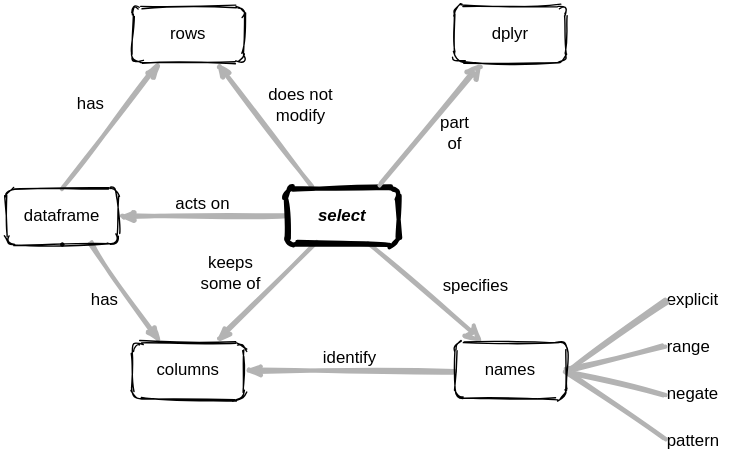
This is en/select.svg from rstudio/concept-maps, a draw.io export, as it was before one commit. Source tidied: cells renumbered, new cells last; positions are measured from the earlier drawing's top-left corner, leaving out a move shared by most shapes.
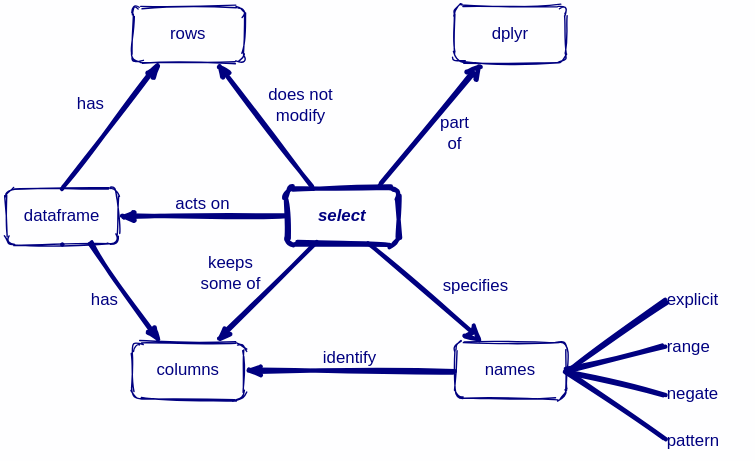
After the commit.

What changed in the source:
```diff
@@ -1,80 +1,80 @@
-<mxGraphModel background="#ffffff">
+<mxGraphModel background="#FEFEFF">
   <root>
     <mxCell id="0" />
     <mxCell id="1" parent="0" />
-    <mxCell id="2" value="acts on" style="edgeStyle=none;rounded=1;html=1;labelBackgroundColor=none;startArrow=none;startFill=0;startSize=5;endArrow=classicThin;endFill=1;endSize=5;jettySize=auto;strokeColor=#B3B3B3;strokeWidth=3;fontFamily=Helvetica;fontSize=12;exitX=0;exitY=0.5;exitDx=0;exitDy=0;entryX=1;entryY=0.5;entryDx=0;entryDy=0;verticalAlign=bottom;sketch=1;" parent="1" edge="1" source="13" target="8">
+    <mxCell id="2" value="acts on" style="edgeStyle=none;rounded=1;html=1;labelBackgroundColor=none;startArrow=none;startFill=0;startSize=5;endArrow=classicThin;endFill=1;endSize=5;jettySize=auto;strokeWidth=3;fontFamily=Helvetica;fontSize=12;exitX=0;exitY=0.5;exitDx=0;exitDy=0;entryX=1;entryY=0.5;entryDx=0;entryDy=0;verticalAlign=bottom;sketch=1;strokeColor=#000080;fontColor=#000080;" parent="1" edge="1" source="13" target="8">
       <mxGeometry relative="1" as="geometry" />
     </mxCell>
-    <mxCell id="3" value="has" style="edgeStyle=none;rounded=1;html=1;labelBackgroundColor=none;startArrow=none;startFill=0;startSize=5;endArrow=classicThin;endFill=1;endSize=5;jettySize=auto;strokeColor=#B3B3B3;strokeWidth=3;fontFamily=Helvetica;fontSize=12;exitX=0.75;exitY=1;exitDx=0;exitDy=0;entryX=0.25;entryY=0;entryDx=0;entryDy=0;verticalAlign=middle;sketch=1;" parent="1" edge="1" source="8" target="10">
+    <mxCell id="3" value="has" style="edgeStyle=none;rounded=1;html=1;labelBackgroundColor=none;startArrow=none;startFill=0;startSize=5;endArrow=classicThin;endFill=1;endSize=5;jettySize=auto;strokeWidth=3;fontFamily=Helvetica;fontSize=12;exitX=0.75;exitY=1;exitDx=0;exitDy=0;entryX=0.25;entryY=0;entryDx=0;entryDy=0;verticalAlign=middle;sketch=1;strokeColor=#000080;fontColor=#000080;" parent="1" edge="1" source="8" target="10">
       <mxGeometry x="-0.11" y="-15" relative="1" as="geometry" />
     </mxCell>
-    <mxCell id="4" value="keeps&lt;br style=&quot;font-size: 12px;&quot;&gt;some of" style="edgeStyle=none;rounded=1;html=1;labelBackgroundColor=none;startArrow=none;startFill=0;startSize=5;endArrow=classicThin;endFill=1;endSize=5;jettySize=auto;strokeColor=#B3B3B3;strokeWidth=3;fontFamily=Helvetica;fontSize=12;exitX=0.25;exitY=1;exitDx=0;exitDy=0;entryX=0.75;entryY=0;entryDx=0;entryDy=0;verticalAlign=middle;sketch=1;" parent="1" edge="1" source="13" target="10">
+    <mxCell id="4" value="keeps&lt;br style=&quot;font-size: 12px;&quot;&gt;some of" style="edgeStyle=none;rounded=1;html=1;labelBackgroundColor=none;startArrow=none;startFill=0;startSize=5;endArrow=classicThin;endFill=1;endSize=5;jettySize=auto;strokeWidth=3;fontFamily=Helvetica;fontSize=12;exitX=0.25;exitY=1;exitDx=0;exitDy=0;entryX=0.75;entryY=0;entryDx=0;entryDy=0;verticalAlign=middle;sketch=1;strokeColor=#000080;fontColor=#000080;" parent="1" edge="1" source="13" target="10">
       <mxGeometry x="0.14" y="-28" relative="1" as="geometry">
         <mxPoint y="-1" as="offset" />
       </mxGeometry>
     </mxCell>
-    <mxCell id="5" value="identify" style="edgeStyle=none;rounded=1;html=1;labelBackgroundColor=none;startArrow=none;startFill=0;startSize=5;endArrow=classicThin;endFill=1;endSize=5;jettySize=auto;strokeColor=#B3B3B3;strokeWidth=3;fontFamily=Helvetica;fontSize=12;exitX=0;exitY=0.5;exitDx=0;exitDy=0;entryX=1;entryY=0.5;entryDx=0;entryDy=0;verticalAlign=bottom;sketch=1;" parent="1" edge="1" source="24" target="10">
+    <mxCell id="5" value="identify" style="edgeStyle=none;rounded=1;html=1;labelBackgroundColor=none;startArrow=none;startFill=0;startSize=5;endArrow=classicThin;endFill=1;endSize=5;jettySize=auto;strokeWidth=3;fontFamily=Helvetica;fontSize=12;exitX=0;exitY=0.5;exitDx=0;exitDy=0;entryX=1;entryY=0.5;entryDx=0;entryDy=0;verticalAlign=bottom;sketch=1;strokeColor=#000080;fontColor=#000080;" parent="1" edge="1" source="24" target="10">
       <mxGeometry relative="1" as="geometry" />
     </mxCell>
-    <mxCell id="6" value="has" style="edgeStyle=none;rounded=1;html=1;labelBackgroundColor=none;startArrow=none;startFill=0;startSize=5;endArrow=classicThin;endFill=1;endSize=5;jettySize=auto;strokeColor=#B3B3B3;strokeWidth=3;fontFamily=Helvetica;fontSize=12;exitX=0.5;exitY=0;exitDx=0;exitDy=0;entryX=0.25;entryY=1;entryDx=0;entryDy=0;verticalAlign=middle;sketch=1;" parent="1" edge="1" source="8" target="11">
+    <mxCell id="6" value="has" style="edgeStyle=none;rounded=1;html=1;labelBackgroundColor=none;startArrow=none;startFill=0;startSize=5;endArrow=classicThin;endFill=1;endSize=5;jettySize=auto;strokeWidth=3;fontFamily=Helvetica;fontSize=12;exitX=0.5;exitY=0;exitDx=0;exitDy=0;entryX=0.25;entryY=1;entryDx=0;entryDy=0;verticalAlign=middle;sketch=1;strokeColor=#000080;fontColor=#000080;" parent="1" edge="1" source="8" target="11">
       <mxGeometry x="0.05" y="21" relative="1" as="geometry" />
     </mxCell>
-    <mxCell id="7" value="does not&lt;br style=&quot;font-size: 12px;&quot;&gt;modify" style="edgeStyle=none;rounded=1;html=1;labelBackgroundColor=none;startArrow=none;startFill=0;startSize=5;endArrow=classicThin;endFill=1;endSize=5;jettySize=auto;strokeColor=#B3B3B3;strokeWidth=3;fontFamily=Helvetica;fontSize=12;exitX=0.25;exitY=0;exitDx=0;exitDy=0;entryX=0.75;entryY=1;entryDx=0;entryDy=0;verticalAlign=middle;sketch=1;" parent="1" edge="1" source="13" target="11">
+    <mxCell id="7" value="does not&lt;br style=&quot;font-size: 12px;&quot;&gt;modify" style="edgeStyle=none;rounded=1;html=1;labelBackgroundColor=none;startArrow=none;startFill=0;startSize=5;endArrow=classicThin;endFill=1;endSize=5;jettySize=auto;strokeWidth=3;fontFamily=Helvetica;fontSize=12;exitX=0.25;exitY=0;exitDx=0;exitDy=0;entryX=0.75;entryY=1;entryDx=0;entryDy=0;verticalAlign=middle;sketch=1;strokeColor=#000080;fontColor=#000080;" parent="1" edge="1" source="13" target="11">
       <mxGeometry x="-0.06" y="-29" relative="1" as="geometry" />
     </mxCell>
-    <mxCell id="8" value="dataframe" style="rounded=1;whiteSpace=wrap;html=1;fontSize=12;fontFamily=Helvetica;fillColor=none;sketch=1;labelBackgroundColor=none;" parent="1" vertex="1">
+    <mxCell id="8" value="dataframe" style="rounded=1;whiteSpace=wrap;html=1;fontSize=12;fontFamily=Helvetica;fillColor=none;sketch=1;labelBackgroundColor=none;strokeColor=#000080;fontColor=#000080;" parent="1" vertex="1">
       <mxGeometry y="130" width="80" height="40" as="geometry" />
     </mxCell>
-    <mxCell id="9" style="edgeStyle=orthogonalEdgeStyle;rounded=0;orthogonalLoop=1;jettySize=auto;html=1;exitX=0.5;exitY=1;exitDx=0;exitDy=0;strokeWidth=3;fontSize=12;fontFamily=Helvetica;sketch=1;labelBackgroundColor=none;" parent="1" edge="1" source="8" target="8">
+    <mxCell id="9" style="edgeStyle=orthogonalEdgeStyle;rounded=0;orthogonalLoop=1;jettySize=auto;html=1;exitX=0.5;exitY=1;exitDx=0;exitDy=0;strokeWidth=3;fontSize=12;fontFamily=Helvetica;sketch=1;labelBackgroundColor=none;strokeColor=#000080;fontColor=#000080;" parent="1" edge="1" source="8" target="8">
       <mxGeometry relative="1" as="geometry" />
     </mxCell>
-    <mxCell id="10" value="columns" style="rounded=1;whiteSpace=wrap;html=1;fontSize=12;fontFamily=Helvetica;fillColor=none;sketch=1;labelBackgroundColor=none;" parent="1" vertex="1">
+    <mxCell id="10" value="columns" style="rounded=1;whiteSpace=wrap;html=1;fontSize=12;fontFamily=Helvetica;fillColor=none;sketch=1;labelBackgroundColor=none;strokeColor=#000080;fontColor=#000080;" parent="1" vertex="1">
       <mxGeometry x="90" y="240" width="80" height="40" as="geometry" />
     </mxCell>
-    <mxCell id="11" value="rows" style="rounded=1;whiteSpace=wrap;html=1;fontSize=12;fontFamily=Helvetica;fillColor=none;sketch=1;labelBackgroundColor=none;" parent="1" vertex="1">
+    <mxCell id="11" value="rows" style="rounded=1;whiteSpace=wrap;html=1;fontSize=12;fontFamily=Helvetica;fillColor=none;sketch=1;labelBackgroundColor=none;strokeColor=#000080;fontColor=#000080;" parent="1" vertex="1">
       <mxGeometry x="90" width="80" height="40" as="geometry" />
     </mxCell>
-    <mxCell id="12" value="specifies" style="endArrow=classic;html=1;strokeWidth=3;entryX=0.25;entryY=0;entryDx=0;entryDy=0;strokeColor=#B3B3B3;exitX=0.75;exitY=1;exitDx=0;exitDy=0;verticalAlign=middle;fontSize=12;labelBackgroundColor=none;fontFamily=Helvetica;align=left;sketch=1;" parent="1" edge="1" source="13" target="24">
+    <mxCell id="12" value="specifies" style="endArrow=classic;html=1;strokeWidth=3;entryX=0.25;entryY=0;entryDx=0;entryDy=0;exitX=0.75;exitY=1;exitDx=0;exitDy=0;verticalAlign=middle;fontSize=12;labelBackgroundColor=none;fontFamily=Helvetica;align=left;sketch=1;strokeColor=#000080;fontColor=#000080;" parent="1" edge="1" source="13" target="24">
       <mxGeometry x="0.08" y="10" relative="1" as="geometry">
         <mxPoint x="1" as="offset" />
       </mxGeometry>
     </mxCell>
-    <mxCell id="13" value="&lt;b style=&quot;font-size: 12px;&quot;&gt;&lt;i style=&quot;font-size: 12px;&quot;&gt;select&lt;/i&gt;&lt;/b&gt;" style="rounded=1;whiteSpace=wrap;html=1;strokeWidth=3;fontSize=12;fontFamily=Helvetica;fillColor=none;sketch=1;labelBackgroundColor=none;" parent="1" vertex="1">
+    <mxCell id="13" value="&lt;b style=&quot;font-size: 12px;&quot;&gt;&lt;i style=&quot;font-size: 12px;&quot;&gt;select&lt;/i&gt;&lt;/b&gt;" style="rounded=1;whiteSpace=wrap;html=1;strokeWidth=3;fontSize=12;fontFamily=Helvetica;fillColor=none;sketch=1;labelBackgroundColor=none;strokeColor=#000080;fontColor=#000080;" parent="1" vertex="1">
       <mxGeometry x="200" y="130" width="80" height="40" as="geometry" />
     </mxCell>
-    <mxCell id="14" value="dplyr" style="rounded=1;whiteSpace=wrap;html=1;fontSize=12;fontFamily=Helvetica;fillColor=none;sketch=1;labelBackgroundColor=none;" parent="1" vertex="1">
+    <mxCell id="14" value="dplyr" style="rounded=1;whiteSpace=wrap;html=1;fontSize=12;fontFamily=Helvetica;fillColor=none;sketch=1;labelBackgroundColor=none;strokeColor=#000080;fontColor=#000080;" parent="1" vertex="1">
       <mxGeometry x="320" width="80" height="40" as="geometry" />
     </mxCell>
-    <mxCell id="15" value="part&lt;br style=&quot;font-size: 12px;&quot;&gt;of" style="endArrow=classic;html=1;strokeWidth=3;entryX=0.25;entryY=1;entryDx=0;entryDy=0;strokeColor=#B3B3B3;exitX=0.838;exitY=-0.05;exitDx=0;exitDy=0;verticalAlign=middle;fontSize=12;labelBackgroundColor=none;exitPerimeter=0;fontFamily=Helvetica;sketch=1;" parent="1" edge="1" source="13" target="14">
+    <mxCell id="15" value="part&lt;br style=&quot;font-size: 12px;&quot;&gt;of" style="endArrow=classic;html=1;strokeWidth=3;entryX=0.25;entryY=1;entryDx=0;entryDy=0;exitX=0.838;exitY=-0.05;exitDx=0;exitDy=0;verticalAlign=middle;fontSize=12;labelBackgroundColor=none;exitPerimeter=0;fontFamily=Helvetica;sketch=1;strokeColor=#000080;fontColor=#000080;" parent="1" edge="1" source="13" target="14">
       <mxGeometry x="0.1" y="-17" relative="1" as="geometry" />
     </mxCell>
-    <mxCell id="16" value="explicit" style="text;html=1;strokeColor=none;fillColor=none;align=left;verticalAlign=middle;whiteSpace=wrap;rounded=0;fontSize=12;fontFamily=Helvetica;sketch=1;labelBackgroundColor=none;" parent="1" vertex="1">
+    <mxCell id="16" value="explicit" style="text;html=1;fillColor=none;align=left;verticalAlign=middle;whiteSpace=wrap;rounded=0;fontSize=12;fontFamily=Helvetica;sketch=1;labelBackgroundColor=none;fontColor=#000080;" parent="1" vertex="1">
       <mxGeometry x="470" y="200" width="60" height="20" as="geometry" />
     </mxCell>
-    <mxCell id="17" value="range" style="text;html=1;strokeColor=none;fillColor=none;align=left;verticalAlign=middle;whiteSpace=wrap;rounded=0;fontSize=12;fontFamily=Helvetica;sketch=1;labelBackgroundColor=none;" parent="1" vertex="1">
+    <mxCell id="17" value="range" style="text;html=1;fillColor=none;align=left;verticalAlign=middle;whiteSpace=wrap;rounded=0;fontSize=12;fontFamily=Helvetica;sketch=1;labelBackgroundColor=none;fontColor=#000080;" parent="1" vertex="1">
       <mxGeometry x="470" y="233" width="60" height="20" as="geometry" />
     </mxCell>
-    <mxCell id="18" value="negate" style="text;html=1;strokeColor=none;fillColor=none;align=left;verticalAlign=middle;whiteSpace=wrap;rounded=0;fontSize=12;fontFamily=Helvetica;sketch=1;labelBackgroundColor=none;" parent="1" vertex="1">
+    <mxCell id="18" value="negate" style="text;html=1;fillColor=none;align=left;verticalAlign=middle;whiteSpace=wrap;rounded=0;fontSize=12;fontFamily=Helvetica;sketch=1;labelBackgroundColor=none;fontColor=#000080;" parent="1" vertex="1">
       <mxGeometry x="470" y="267" width="60" height="20" as="geometry" />
     </mxCell>
-    <mxCell id="19" value="pattern" style="text;html=1;strokeColor=none;fillColor=none;align=left;verticalAlign=middle;whiteSpace=wrap;rounded=0;fontSize=12;fontFamily=Helvetica;sketch=1;labelBackgroundColor=none;" parent="1" vertex="1">
+    <mxCell id="19" value="pattern" style="text;html=1;fillColor=none;align=left;verticalAlign=middle;whiteSpace=wrap;rounded=0;fontSize=12;fontFamily=Helvetica;sketch=1;labelBackgroundColor=none;fontColor=#000080;" parent="1" vertex="1">
       <mxGeometry x="470" y="300" width="60" height="20" as="geometry" />
     </mxCell>
-    <mxCell id="20" style="endArrow=none;html=1;labelBackgroundColor=none;strokeColor=#B3B3B3;strokeWidth=3;fontSize=12;exitX=1;exitY=0.5;exitDx=0;exitDy=0;entryX=0;entryY=0.5;entryDx=0;entryDy=0;fontFamily=Helvetica;sketch=1;" parent="1" edge="1" source="24" target="16">
+    <mxCell id="20" style="endArrow=none;html=1;labelBackgroundColor=none;strokeWidth=3;fontSize=12;exitX=1;exitY=0.5;exitDx=0;exitDy=0;entryX=0;entryY=0.5;entryDx=0;entryDy=0;fontFamily=Helvetica;sketch=1;strokeColor=#000080;fontColor=#000080;" parent="1" edge="1" source="24" target="16">
       <mxGeometry relative="1" as="geometry" />
     </mxCell>
-    <mxCell id="21" style="endArrow=none;html=1;labelBackgroundColor=none;strokeColor=#B3B3B3;strokeWidth=3;fontSize=12;entryX=0;entryY=0.5;entryDx=0;entryDy=0;exitX=1;exitY=0.5;exitDx=0;exitDy=0;fontFamily=Helvetica;sketch=1;" parent="1" edge="1" source="24" target="17">
+    <mxCell id="21" style="endArrow=none;html=1;labelBackgroundColor=none;strokeWidth=3;fontSize=12;entryX=0;entryY=0.5;entryDx=0;entryDy=0;exitX=1;exitY=0.5;exitDx=0;exitDy=0;fontFamily=Helvetica;sketch=1;strokeColor=#000080;fontColor=#000080;" parent="1" edge="1" source="24" target="17">
       <mxGeometry relative="1" as="geometry" />
     </mxCell>
-    <mxCell id="22" style="endArrow=none;html=1;labelBackgroundColor=none;strokeColor=#B3B3B3;strokeWidth=3;fontSize=12;entryX=0;entryY=0.5;entryDx=0;entryDy=0;fontFamily=Helvetica;sketch=1;" parent="1" edge="1" target="18">
+    <mxCell id="22" style="endArrow=none;html=1;labelBackgroundColor=none;strokeWidth=3;fontSize=12;entryX=0;entryY=0.5;entryDx=0;entryDy=0;fontFamily=Helvetica;sketch=1;strokeColor=#000080;fontColor=#000080;" parent="1" edge="1" target="18">
       <mxGeometry relative="1" as="geometry">
         <mxPoint x="400" y="260" as="sourcePoint" />
       </mxGeometry>
     </mxCell>
-    <mxCell id="23" style="endArrow=none;html=1;labelBackgroundColor=none;strokeColor=#B3B3B3;strokeWidth=3;fontSize=12;entryX=0;entryY=0.5;entryDx=0;entryDy=0;exitX=1;exitY=0.5;exitDx=0;exitDy=0;fontFamily=Helvetica;sketch=1;" parent="1" edge="1" source="24" target="19">
+    <mxCell id="23" style="endArrow=none;html=1;labelBackgroundColor=none;strokeWidth=3;fontSize=12;entryX=0;entryY=0.5;entryDx=0;entryDy=0;exitX=1;exitY=0.5;exitDx=0;exitDy=0;fontFamily=Helvetica;sketch=1;strokeColor=#000080;fontColor=#000080;" parent="1" edge="1" source="24" target="19">
       <mxGeometry relative="1" as="geometry" />
     </mxCell>
-    <mxCell id="24" value="names" style="rounded=1;whiteSpace=wrap;html=1;fontSize=12;fontFamily=Helvetica;fillColor=none;sketch=1;labelBackgroundColor=none;" parent="1" vertex="1">
+    <mxCell id="24" value="names" style="rounded=1;whiteSpace=wrap;html=1;fontSize=12;fontFamily=Helvetica;fillColor=none;sketch=1;labelBackgroundColor=none;strokeColor=#000080;fontColor=#000080;" parent="1" vertex="1">
       <mxGeometry x="320" y="240" width="80" height="40" as="geometry" />
     </mxCell>
   </root>
```
